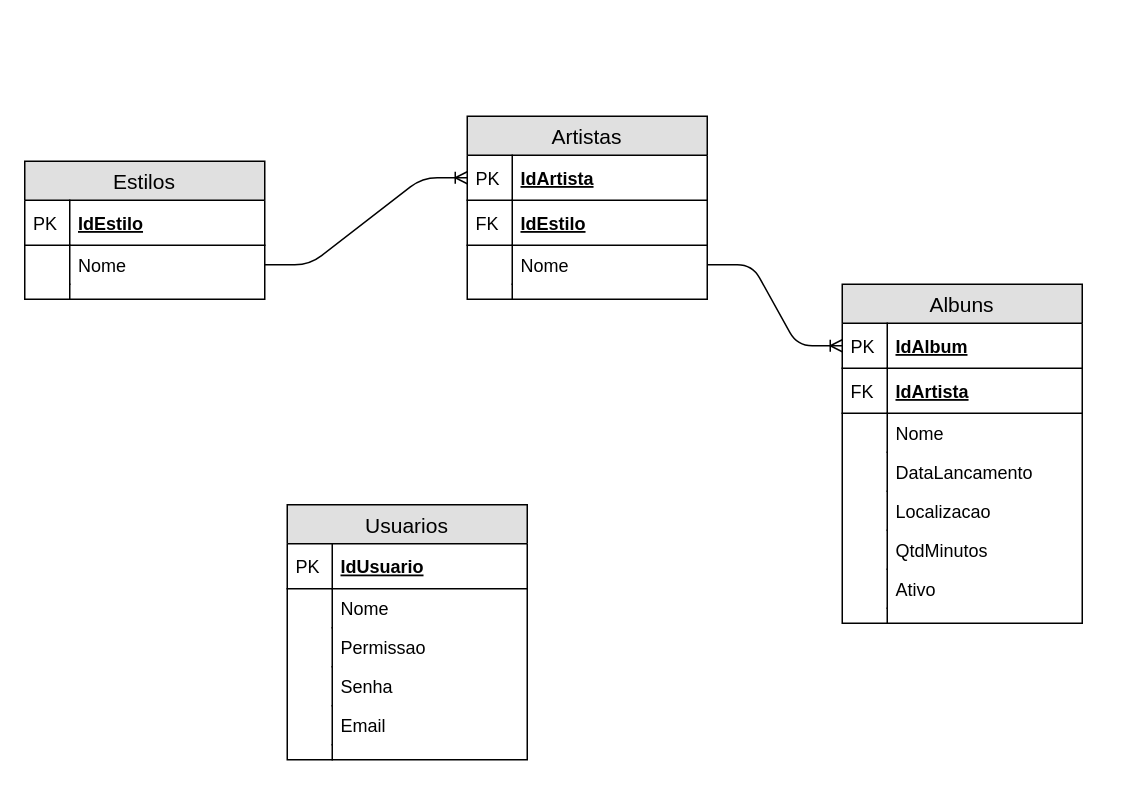
corujasdevbr/senai-desenvolvimento-2s2019 keeps this draw.io diagram as page "logico" (1 of 2) of sprint-1-bd/exercicios/optus/optus.drawio. Above is the earlier version. Source tidied: cells renumbered, new cells numbered last; positions are measured from the earlier drawing's top-left corner, leaving out a move shared by most shapes. Both pictures are drawn from the tidied source at 150%, with x=0, y=0 at pixel (24, 116).
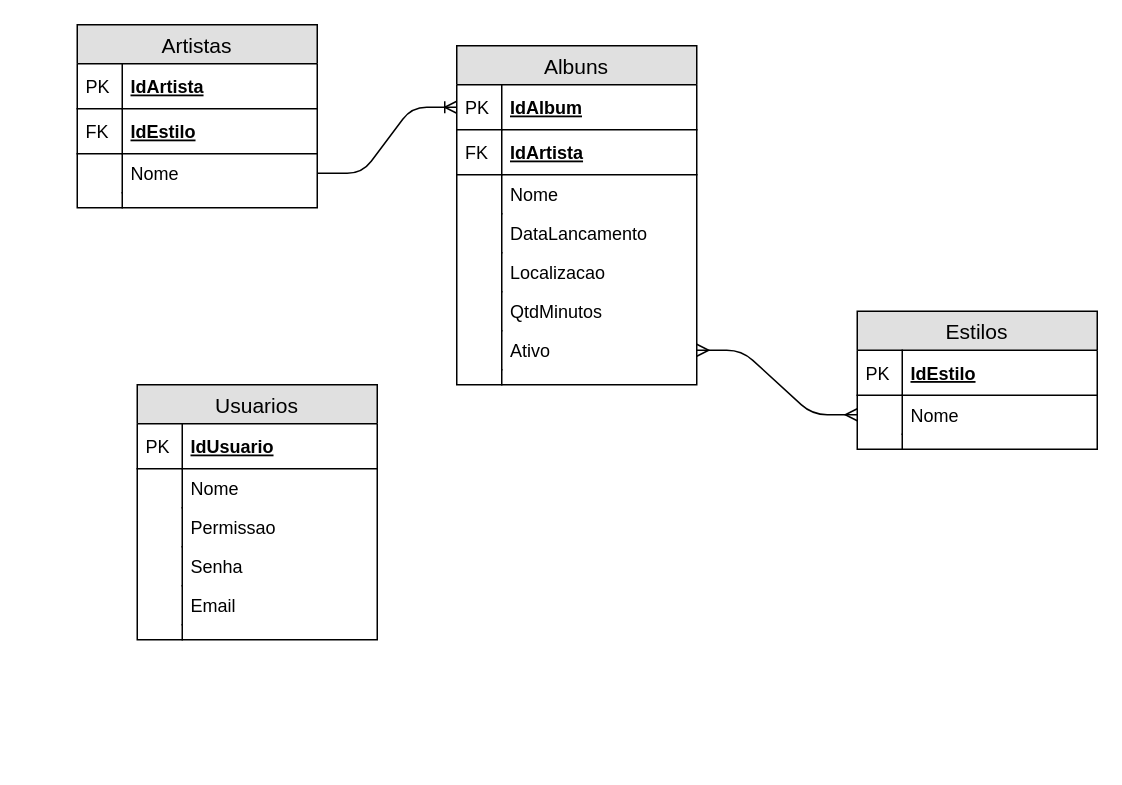
The same page after the edit.

Unchanged cells that the change refers to:
```xml
<mxCell id="5" value="Nome" style="shape=partialRectangle;top=0;left=0;right=0;bottom=0;align=left;verticalAlign=top;fillColor=none;spacingLeft=34;spacingRight=4;overflow=hidden;points=[[0,0.5],[1,0.5]];portConstraint=eastwest;fontSize=12;" parent="2" vertex="1">
  <mxGeometry y="56" width="160" height="26" as="geometry" />
</mxCell>
<mxCell id="10" value="IdArtista" style="shape=partialRectangle;top=0;left=0;right=0;bottom=1;align=left;verticalAlign=middle;fillColor=none;spacingLeft=34;spacingRight=4;overflow=hidden;points=[[0,0.5],[1,0.5]];portConstraint=eastwest;fontStyle=5;fontSize=12;" parent="9" vertex="1">
  <mxGeometry y="26" width="160" height="30" as="geometry" />
</mxCell>
<mxCell id="31" value="Ativo" style="shape=partialRectangle;top=0;left=0;right=0;bottom=0;align=left;verticalAlign=top;fillColor=none;spacingLeft=34;spacingRight=4;overflow=hidden;points=[[0,0.5],[1,0.5]];portConstraint=eastwest;fontSize=12;" parent="18" vertex="1">
  <mxGeometry y="190" width="160" height="26" as="geometry" />
</mxCell>
```

The edit, as a diff of the source:
```diff
@@
     <mxCell id="2" value="Estilos" style="swimlane;fontStyle=0;horizontal=1;startSize=26;fillColor=#e0e0e0;swimlaneFillColor=#ffffff;align=center;fontSize=14;" parent="1" vertex="1">
-      <mxGeometry y="30" width="160" height="92" as="geometry" />
+      <mxGeometry x="555" y="130" width="160" height="92" as="geometry" />
     </mxCell>
@@
     <mxCell id="9" value="Artistas" style="swimlane;fontStyle=0;horizontal=1;startSize=26;fillColor=#e0e0e0;swimlaneFillColor=#ffffff;align=center;fontSize=14;" parent="1" vertex="1">
-      <mxGeometry x="295" width="160" height="122" as="geometry" />
+      <mxGeometry x="35" y="-61" width="160" height="122" as="geometry" />
     </mxCell>
@@
     <mxCell id="18" value="Albuns" style="swimlane;fontStyle=0;horizontal=1;startSize=26;fillColor=#e0e0e0;swimlaneFillColor=#ffffff;align=center;fontSize=14;" parent="1" vertex="1">
-      <mxGeometry x="545" y="112" width="160" height="226" as="geometry" />
+      <mxGeometry x="288" y="-47" width="160" height="226" as="geometry" />
     </mxCell>
@@
-    <mxCell id="35" style="edgeStyle=entityRelationEdgeStyle;fontSize=12;html=1;endArrow=ERoneToMany;exitX=1;exitY=0.5;exitDx=0;exitDy=0;entryX=0;entryY=0.5;entryDx=0;entryDy=0;" parent="1" edge="1" source="5" target="10">
-      <mxGeometry relative="1" as="geometry" />
-    </mxCell>
@@
     <mxCell id="37" value="Usuarios" style="swimlane;fontStyle=0;horizontal=1;startSize=26;fillColor=#e0e0e0;swimlaneFillColor=#ffffff;align=center;fontSize=14;" parent="1" vertex="1">
-      <mxGeometry x="175" y="259" width="160" height="170" as="geometry" />
+      <mxGeometry x="75" y="179" width="160" height="170" as="geometry" />
     </mxCell>
@@
+    <mxCell id="50" style="edgeStyle=entityRelationEdgeStyle;fontSize=12;html=1;endArrow=ERmany;startArrow=ERmany;exitX=1;exitY=0.5;exitDx=0;exitDy=0;entryX=0;entryY=0.5;entryDx=0;entryDy=0;" parent="1" edge="1" source="31" target="5">
+      <mxGeometry relative="1" as="geometry" />
+    </mxCell>
```
